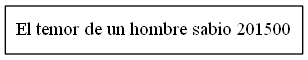
This is ArbolBFantasia.png from OmarLetona14/EDD_1S2020_PY2_201700377, a Graphviz export, as it was before one commit. Its source is kept beside it as ArbolBFantasia.dot.
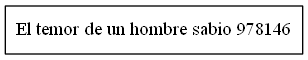
After the change.

The edit, as a diff of the source:
```diff
@@ -1,6 +1,6 @@
 digraph ArbolBFantasia {
 node[shape=record]
-node1996170820[ label = "El temor de un hombre sabio
-201500 " ];
+node708705390[ label = "El temor de un hombre sabio
+978146 " ];
 
 }
```
